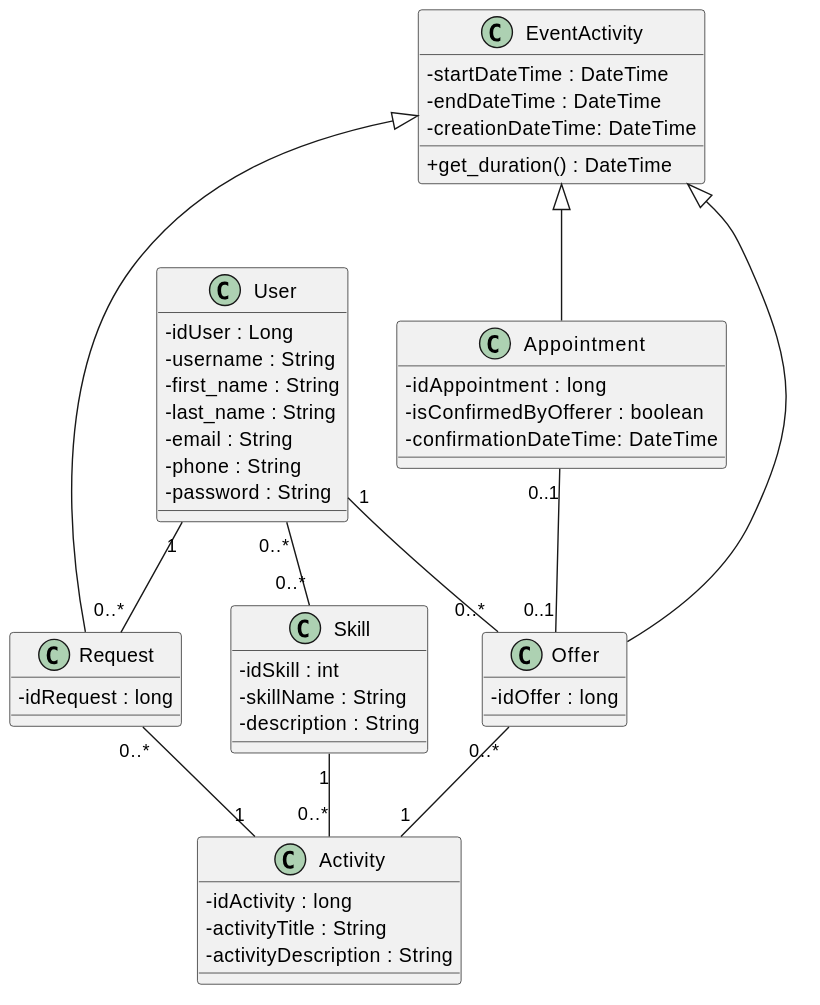
albanmartel/SkillsExchange keeps this PlantUML diagram as Modelisation/02_CLASS_DIAGRAM/02_Class_Digram.svg. Above is the earlier version.
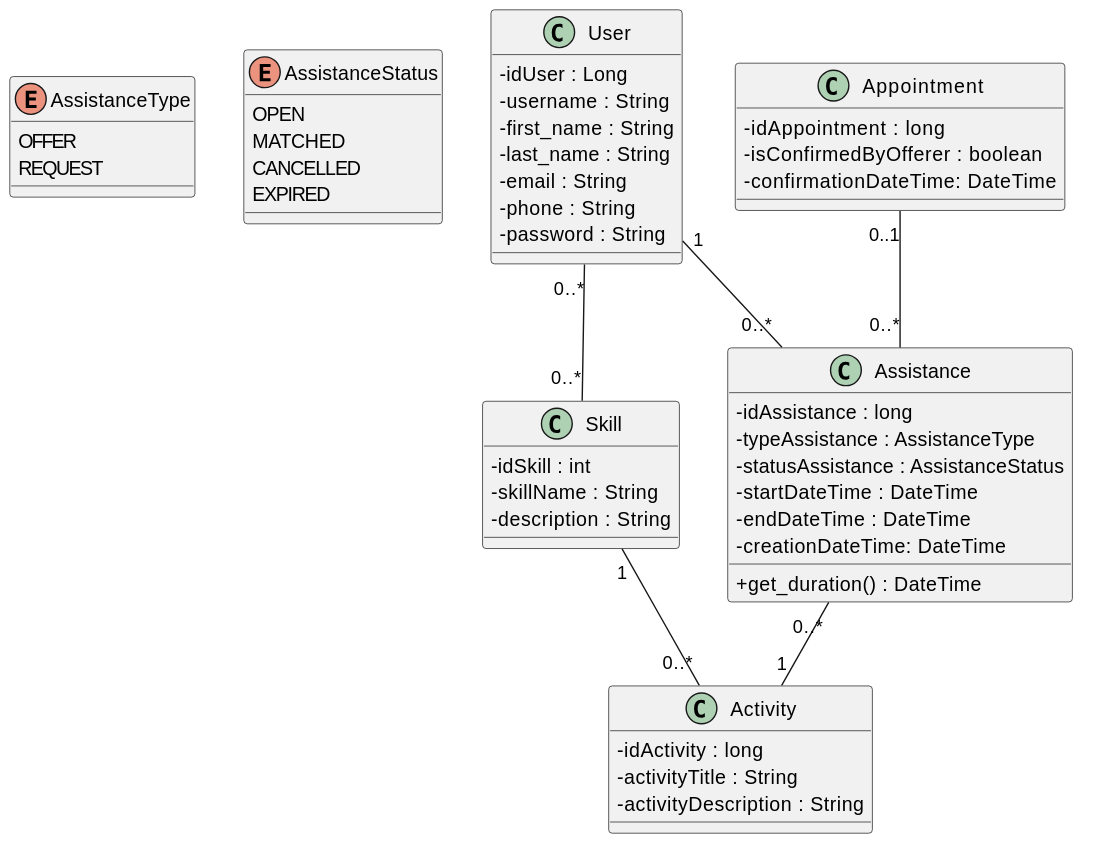
The same diagram one commit later.

Commit message:
UPDATE '02_Class_Digram' génération de fichier alternatif au code plantUML pour améliorer la lisibilité. Génération suite aux modifications du diagramme de classe.

The edit, as a diff of the source:
```diff
@@ -1,5 +1,17 @@
 @startuml
 skinparam classAttributeIconSize 0
+
+enum AssistanceType {
+  OFFER
+  REQUEST
+}
+
+enum AssistanceStatus {
+  OPEN
+  MATCHED
+  CANCELLED
+  EXPIRED
+}
 
 class User {
   - idUser : Long
@@ -23,15 +35,14 @@
   - activityDescription : String
 }
 
-class EventActivity {
+class Assistance {
+  - idAssistance : long
+  - typeAssistance : AssistanceType
+  - statusAssistance : AssistanceStatus
   - startDateTime : DateTime
   - endDateTime : DateTime
   - creationDateTime: DateTime
   + get_duration() : DateTime
-}
-
-class Offer {
-  - idOffer : long
 }
 
 class Appointment{
@@ -40,19 +51,9 @@
   - confirmationDateTime: DateTime
 }
 
-class Request {
-  - idRequest : long
-}
-
-EventActivity <|-- Offer
-EventActivity <|-- Appointment
-EventActivity <|-- Request
-
 User "0..*" -- "0..*" Skill
 Skill "1" -- "0..*" Activity
-User "1" -- "0..*" Offer
-User "1" -- "0..*" Request
-Offer "0..*" -- "1" Activity
-Request "0..*" -- "1" Activity
-Appointment "0..1" -- "0..1" Offer
+User "1" -- "0..*" Assistance
+Assistance "0..*" -- "1" Activity
+Appointment "0..1" -- "0..*" Assistance
 @enduml
```
